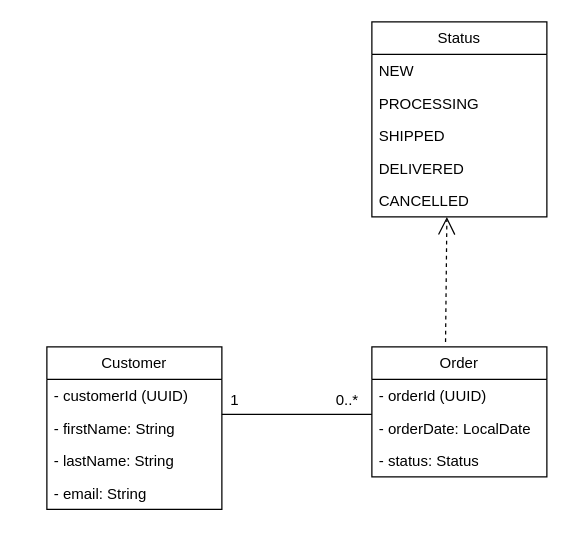
Above: page "eCommerce" (10 of 10) of UML Diagram/Practice.drawio in prakashbtech87/aaaaaaaaaaaPrakashDrawIORepo (draw.io), before the change. Source tidied: cells renumbered, new cells numbered last; positions are measured from the earlier drawing's top-left corner, leaving out a move shared by most shapes. Both pictures are drawn from the tidied source at 125%, with x=0, y=0 at pixel (46, 21).
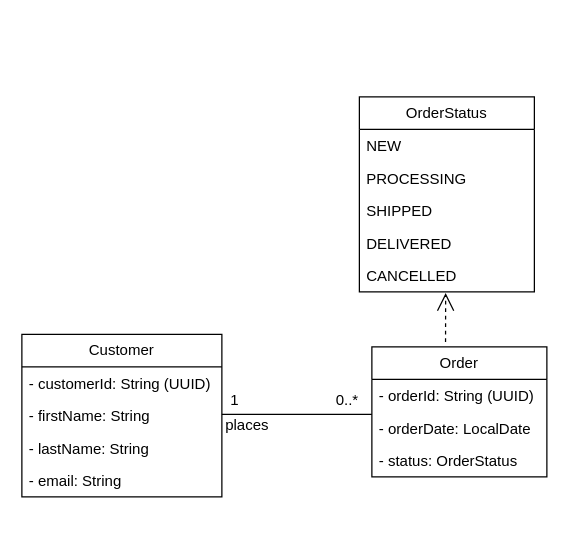
The same page after the edit.

The change refers to these unchanged cells:
```xml
<mxCell id="7" value="Order" style="swimlane;fontStyle=0;horizontal=1;startSize=26;fillColor=none;whiteSpace=wrap;html=1;" parent="1" vertex="1">
  <mxGeometry x="260" y="260" width="140" height="104" as="geometry" />
</mxCell>
<mxCell id="16" value="CANCELLED" style="text;strokeColor=none;fillColor=none;align=left;verticalAlign=top;spacingLeft=4;spacingRight=4;overflow=hidden;points=[[0,0.5],[1,0.5]];portConstraint=eastwest;whiteSpace=wrap;html=1;" parent="11" vertex="1">
  <mxGeometry y="130" width="140" height="26" as="geometry" />
</mxCell>
```

The edit, as a diff of the source:
```diff
@@
     <mxCell id="2" value="Customer" style="swimlane;fontStyle=0;horizontal=1;startSize=26;fillColor=none;whiteSpace=wrap;html=1;" parent="1" vertex="1">
-      <mxGeometry y="260" width="140" height="130" as="geometry" />
+      <mxGeometry x="-20" y="250" width="160" height="130" as="geometry" />
     </mxCell>
-    <mxCell id="3" value="- customerId (UUID)" style="text;strokeColor=none;fillColor=none;align=left;verticalAlign=top;spacingLeft=4;spacingRight=4;overflow=hidden;whiteSpace=wrap;html=1;" parent="2" vertex="1">
-      <mxGeometry y="26" width="140" height="26" as="geometry" />
+    <mxCell id="3" value="- customerId: String (UUID)" style="text;strokeColor=none;fillColor=none;align=left;verticalAlign=top;spacingLeft=4;spacingRight=4;overflow=hidden;whiteSpace=wrap;html=1;" parent="2" vertex="1">
+      <mxGeometry y="26" width="160" height="26" as="geometry" />
     </mxCell>
     <mxCell id="4" value="- firstName: String" style="text;strokeColor=none;fillColor=none;align=left;verticalAlign=top;spacingLeft=4;spacingRight=4;overflow=hidden;whiteSpace=wrap;html=1;" parent="2" vertex="1">
-      <mxGeometry y="52" width="140" height="26" as="geometry" />
+      <mxGeometry y="52" width="160" height="26" as="geometry" />
     </mxCell>
     <mxCell id="5" value="- lastName: String" style="text;strokeColor=none;fillColor=none;align=left;verticalAlign=top;spacingLeft=4;spacingRight=4;overflow=hidden;whiteSpace=wrap;html=1;" parent="2" vertex="1">
-      <mxGeometry y="78" width="140" height="26" as="geometry" />
+      <mxGeometry y="78" width="160" height="26" as="geometry" />
     </mxCell>
     <mxCell id="6" value="- email: String" style="text;strokeColor=none;fillColor=none;align=left;verticalAlign=top;spacingLeft=4;spacingRight=4;overflow=hidden;whiteSpace=wrap;html=1;" parent="2" vertex="1">
-      <mxGeometry y="104" width="140" height="26" as="geometry" />
+      <mxGeometry y="104" width="160" height="26" as="geometry" />
     </mxCell>
@@
-    <mxCell id="8" value="- orderId (UUID)" style="text;strokeColor=none;fillColor=none;align=left;verticalAlign=top;spacingLeft=4;spacingRight=4;overflow=hidden;whiteSpace=wrap;html=1;" parent="7" vertex="1">
+    <mxCell id="8" value="- orderId: String (UUID)" style="text;strokeColor=none;fillColor=none;align=left;verticalAlign=top;spacingLeft=4;spacingRight=4;overflow=hidden;whiteSpace=wrap;html=1;" parent="7" vertex="1">
       <mxGeometry y="26" width="140" height="26" as="geometry" />
     </mxCell>
@@
-    <mxCell id="10" value="- status: Status" style="text;strokeColor=none;fillColor=none;align=left;verticalAlign=top;spacingLeft=4;spacingRight=4;overflow=hidden;whiteSpace=wrap;html=1;" parent="7" vertex="1">
+    <mxCell id="10" value="- status: OrderStatus" style="text;strokeColor=none;fillColor=none;align=left;verticalAlign=top;spacingLeft=4;spacingRight=4;overflow=hidden;whiteSpace=wrap;html=1;" parent="7" vertex="1">
       <mxGeometry y="78" width="140" height="26" as="geometry" />
     </mxCell>
-    <mxCell id="11" value="Status" style="swimlane;fontStyle=0;horizontal=1;startSize=26;fillColor=none;whiteSpace=wrap;html=1;" parent="1" vertex="1">
-      <mxGeometry x="260" width="140" height="156" as="geometry" />
+    <mxCell id="11" value="OrderStatus" style="swimlane;fontStyle=0;horizontal=1;startSize=26;fillColor=none;whiteSpace=wrap;html=1;" parent="1" vertex="1">
+      <mxGeometry x="250" y="60" width="140" height="156" as="geometry" />
     </mxCell>
@@
-    <mxCell id="17" style="endArrow=open;endSize=12;dashed=1;html=1;rounded=0;exitX=0.421;exitY=-0.038;exitDx=0;exitDy=0;exitPerimeter=0;" parent="1" edge="1" source="7">
-      <mxGeometry relative="1" as="geometry">
-        <mxPoint x="320" y="156" as="targetPoint" />
-      </mxGeometry>
+    <mxCell id="17" style="endArrow=open;endSize=12;dashed=1;html=1;rounded=0;exitX=0.421;exitY=-0.038;exitDx=0;exitDy=0;exitPerimeter=0;entryX=0.493;entryY=1.038;entryDx=0;entryDy=0;entryPerimeter=0;" parent="1" edge="1" source="7" target="16">
+      <mxGeometry relative="1" as="geometry" />
     </mxCell>
@@
+    <mxCell id="21" value="places" style="text;html=1;align=center;verticalAlign=middle;strokeColor=none;fillColor=none;" parent="1" vertex="1">
+      <mxGeometry x="130" y="308" width="60" height="30" as="geometry" />
+    </mxCell>
```
